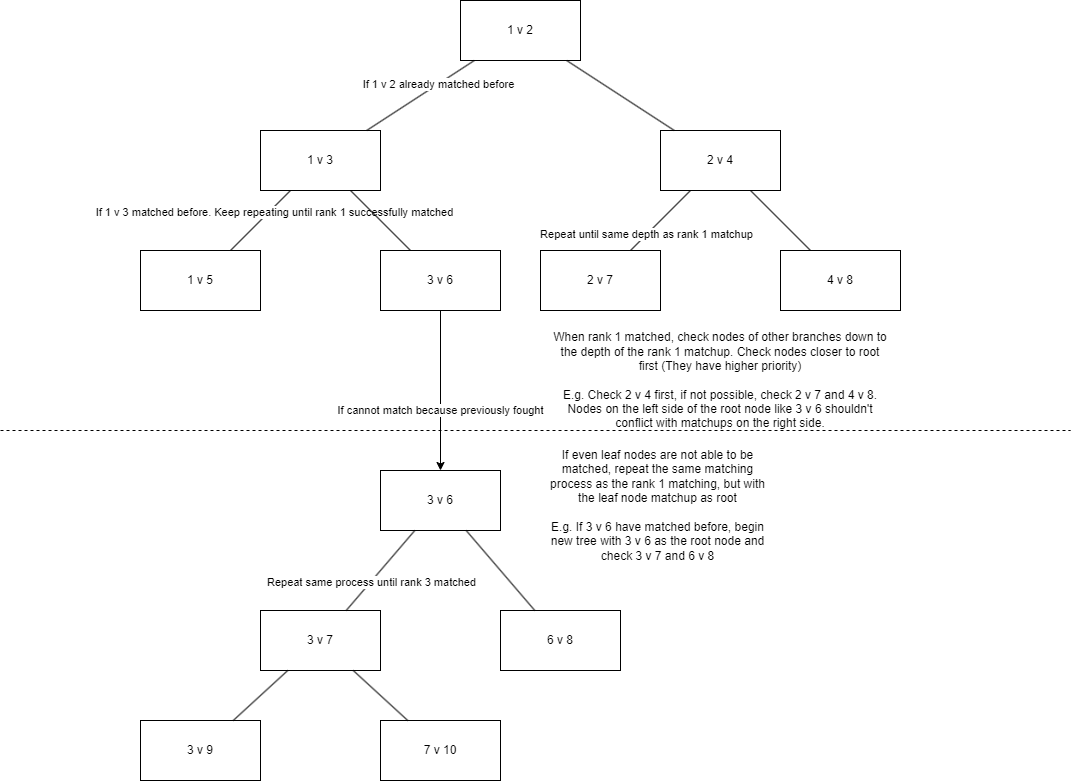
Earlier version of the draw.io export GC Matchmaking.png (Anomalous-Sentiment/SINoALICE-DB-Updater). Source tidied: cells renumbered, new cells last; positions are measured from the earlier drawing's top-left corner, leaving out a move shared by most shapes. Source of this version:
```xml
<mxGraphModel>
  <root>
    <mxCell id="0" />
    <mxCell id="1" parent="0" />
    <mxCell id="2" value="1 v 2" style="rounded=0;whiteSpace=wrap;html=1;" parent="1" vertex="1">
      <mxGeometry x="460" width="120" height="60" as="geometry" />
    </mxCell>
    <mxCell id="3" value="1 v 3" style="rounded=0;whiteSpace=wrap;html=1;" parent="1" vertex="1">
      <mxGeometry x="260" y="130" width="120" height="60" as="geometry" />
    </mxCell>
    <mxCell id="4" value="2 v 4" style="rounded=0;whiteSpace=wrap;html=1;" parent="1" vertex="1">
      <mxGeometry x="660" y="130" width="120" height="60" as="geometry" />
    </mxCell>
    <mxCell id="5" value="1 v 5" style="rounded=0;whiteSpace=wrap;html=1;" parent="1" vertex="1">
      <mxGeometry x="140" y="250" width="120" height="60" as="geometry" />
    </mxCell>
    <mxCell id="6" value="3 v 6" style="rounded=0;whiteSpace=wrap;html=1;" parent="1" vertex="1">
      <mxGeometry x="380" y="250" width="120" height="60" as="geometry" />
    </mxCell>
    <mxCell id="7" value="2 v 7" style="rounded=0;whiteSpace=wrap;html=1;" parent="1" vertex="1">
      <mxGeometry x="540" y="250" width="120" height="60" as="geometry" />
    </mxCell>
    <mxCell id="8" value="4 v 8" style="rounded=0;whiteSpace=wrap;html=1;" parent="1" vertex="1">
      <mxGeometry x="780" y="250" width="120" height="60" as="geometry" />
    </mxCell>
    <mxCell id="9" style="endArrow=none;html=1;rounded=0;" parent="1" edge="1" source="3" target="2">
      <mxGeometry relative="1" as="geometry" />
    </mxCell>
    <mxCell id="10" value="If 1 v 2 already matched before" style="edgeLabel;html=1;align=center;verticalAlign=middle;" parent="9" vertex="1">
      <mxGeometry x="0.33" y="-1" relative="1" as="geometry">
        <mxPoint y="-1" as="offset" />
      </mxGeometry>
    </mxCell>
    <mxCell id="11" style="endArrow=none;html=1;rounded=0;" parent="1" edge="1" source="2" target="4">
      <mxGeometry relative="1" as="geometry" />
    </mxCell>
    <mxCell id="12" style="endArrow=none;html=1;rounded=0;" parent="1" edge="1" source="5" target="3">
      <mxGeometry relative="1" as="geometry" />
    </mxCell>
    <mxCell id="13" value="If 1 v 3 matched before. Keep repeating until rank 1 successfully matched" style="edgeLabel;html=1;align=center;verticalAlign=middle;" parent="12" vertex="1">
      <mxGeometry x="0.38" y="-4" relative="1" as="geometry">
        <mxPoint x="-1" as="offset" />
      </mxGeometry>
    </mxCell>
    <mxCell id="14" style="endArrow=none;html=1;rounded=0;" parent="1" edge="1" source="6" target="3">
      <mxGeometry relative="1" as="geometry" />
    </mxCell>
    <mxCell id="15" style="endArrow=none;html=1;rounded=0;" parent="1" edge="1" source="7" target="4">
      <mxGeometry relative="1" as="geometry" />
    </mxCell>
    <mxCell id="16" value="Repeat until same depth as rank 1 matchup" style="edgeLabel;html=1;align=center;verticalAlign=middle;" parent="15" vertex="1">
      <mxGeometry x="-0.45" y="1" relative="1" as="geometry" />
    </mxCell>
    <mxCell id="17" style="endArrow=none;html=1;rounded=0;" parent="1" edge="1" source="8" target="4">
      <mxGeometry relative="1" as="geometry" />
    </mxCell>
    <mxCell id="18" value="3 v 6" style="rounded=0;whiteSpace=wrap;html=1;" parent="1" vertex="1">
      <mxGeometry x="380" y="470" width="120" height="60" as="geometry" />
    </mxCell>
    <mxCell id="19" value="3 v 7" style="rounded=0;whiteSpace=wrap;html=1;" parent="1" vertex="1">
      <mxGeometry x="260" y="610" width="120" height="60" as="geometry" />
    </mxCell>
    <mxCell id="20" value="6 v 8" style="rounded=0;whiteSpace=wrap;html=1;" parent="1" vertex="1">
      <mxGeometry x="500" y="610" width="120" height="60" as="geometry" />
    </mxCell>
    <mxCell id="21" style="endArrow=none;html=1;rounded=0;" parent="1" edge="1" source="18" target="19">
      <mxGeometry relative="1" as="geometry" />
    </mxCell>
    <mxCell id="22" value="Repeat same process until rank 3 matched" style="edgeLabel;html=1;align=center;verticalAlign=middle;" parent="21" vertex="1">
      <mxGeometry x="0.3" relative="1" as="geometry" />
    </mxCell>
    <mxCell id="23" style="endArrow=none;html=1;rounded=0;" parent="1" edge="1" source="18" target="20">
      <mxGeometry relative="1" as="geometry" />
    </mxCell>
    <mxCell id="24" style="endArrow=classic;html=1;rounded=0;" parent="1" edge="1" source="6" target="18">
      <mxGeometry relative="1" as="geometry" />
    </mxCell>
    <mxCell id="25" value="If cannot match because previously fought" style="edgeLabel;html=1;align=center;verticalAlign=middle;" parent="24" vertex="1">
      <mxGeometry x="0.24" y="-1" relative="1" as="geometry" />
    </mxCell>
    <mxCell id="26" value="If even leaf nodes are not able to be matched, repeat the same matching process as the rank 1 matching, but with the leaf node matchup as root&lt;br&gt;&lt;br&gt;E.g. If 3 v 6 have matched before, begin new tree with 3 v 6 as the root node and check 3 v 7 and 6 v 8" style="text;html=1;strokeColor=none;fillColor=none;align=center;verticalAlign=middle;whiteSpace=wrap;rounded=0;" parent="1" vertex="1">
      <mxGeometry x="540" y="460" width="235" height="90" as="geometry" />
    </mxCell>
    <mxCell id="27" value="3 v 9" style="rounded=0;whiteSpace=wrap;html=1;" parent="1" vertex="1">
      <mxGeometry x="140" y="720" width="120" height="60" as="geometry" />
    </mxCell>
    <mxCell id="28" value="7 v 10" style="rounded=0;whiteSpace=wrap;html=1;" parent="1" vertex="1">
      <mxGeometry x="380" y="720" width="120" height="60" as="geometry" />
    </mxCell>
    <mxCell id="29" style="endArrow=none;html=1;rounded=0;" parent="1" edge="1" source="27" target="19">
      <mxGeometry relative="1" as="geometry" />
    </mxCell>
    <mxCell id="30" style="endArrow=none;html=1;rounded=0;" parent="1" edge="1" source="19" target="28">
      <mxGeometry relative="1" as="geometry" />
    </mxCell>
    <mxCell id="31" value="When rank 1 matched, check nodes of other branches down to the depth of the rank 1 matchup. Check nodes closer to root first (They have higher priority)&lt;br style=&quot;border-color: var(--border-color);&quot;&gt;&lt;br style=&quot;border-color: var(--border-color);&quot;&gt;E.g. Check 2 v 4 first, if not possible, check 2 v 7 and 4 v 8.&lt;br&gt;Nodes on the left side of the root node like 3 v 6 shouldn't conflict with matchups on the right side." style="text;html=1;strokeColor=none;fillColor=none;align=center;verticalAlign=middle;whiteSpace=wrap;rounded=0;" parent="1" vertex="1">
      <mxGeometry x="550" y="320" width="340" height="120" as="geometry" />
    </mxCell>
    <mxCell id="32" style="endArrow=none;dashed=1;html=1;rounded=0;" parent="1" edge="1">
      <mxGeometry relative="1" as="geometry">
        <mxPoint y="430" as="sourcePoint" />
        <mxPoint x="1070" y="430" as="targetPoint" />
      </mxGeometry>
    </mxCell>
  </root>
</mxGraphModel>
```
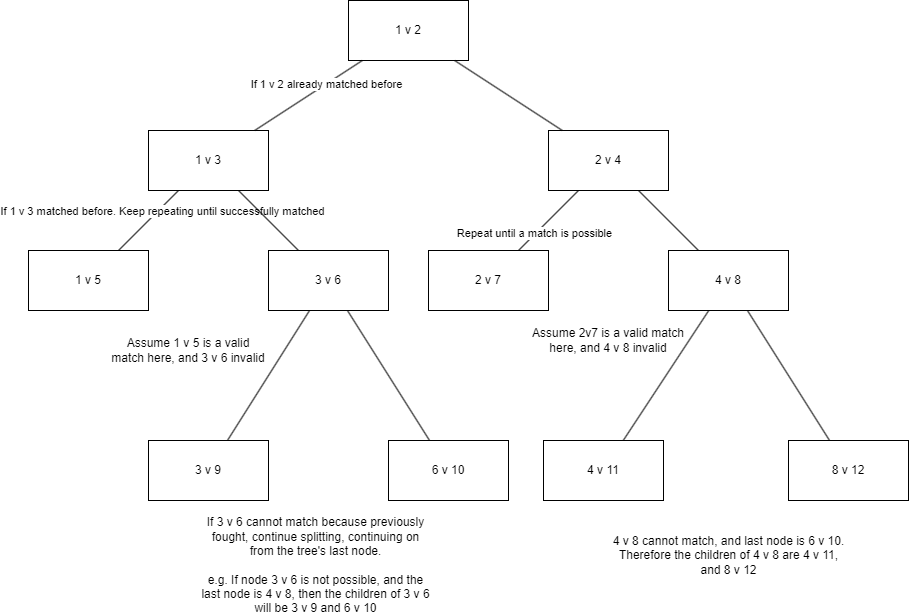
Later version of the same file.

Commit message:
Updated GC matchmaking diagrams

The edit, as a diff of the source:
```diff
@@ -37,7 +37,7 @@
     <mxCell id="12" style="endArrow=none;html=1;rounded=0;" parent="1" edge="1" source="5" target="3">
       <mxGeometry relative="1" as="geometry" />
     </mxCell>
-    <mxCell id="13" value="If 1 v 3 matched before. Keep repeating until rank 1 successfully matched" style="edgeLabel;html=1;align=center;verticalAlign=middle;" parent="12" vertex="1">
+    <mxCell id="13" value="If 1 v 3 matched before. Keep repeating until successfully matched" style="edgeLabel;html=1;align=center;verticalAlign=middle;" parent="12" vertex="1">
       <mxGeometry x="0.38" y="-4" relative="1" as="geometry">
         <mxPoint x="-1" as="offset" />
       </mxGeometry>
@@ -48,59 +48,47 @@
     <mxCell id="15" style="endArrow=none;html=1;rounded=0;" parent="1" edge="1" source="7" target="4">
       <mxGeometry relative="1" as="geometry" />
     </mxCell>
-    <mxCell id="16" value="Repeat until same depth as rank 1 matchup" style="edgeLabel;html=1;align=center;verticalAlign=middle;" parent="15" vertex="1">
+    <mxCell id="16" value="Repeat until a match is possible" style="edgeLabel;html=1;align=center;verticalAlign=middle;" parent="15" vertex="1">
       <mxGeometry x="-0.45" y="1" relative="1" as="geometry" />
     </mxCell>
     <mxCell id="17" style="endArrow=none;html=1;rounded=0;" parent="1" edge="1" source="8" target="4">
       <mxGeometry relative="1" as="geometry" />
     </mxCell>
-    <mxCell id="18" value="3 v 6" style="rounded=0;whiteSpace=wrap;html=1;" parent="1" vertex="1">
-      <mxGeometry x="380" y="470" width="120" height="60" as="geometry" />
+    <mxCell id="18" value="3 v 9" style="rounded=0;whiteSpace=wrap;html=1;" parent="1" vertex="1">
+      <mxGeometry x="260" y="440" width="120" height="60" as="geometry" />
     </mxCell>
-    <mxCell id="19" value="3 v 7" style="rounded=0;whiteSpace=wrap;html=1;" parent="1" vertex="1">
-      <mxGeometry x="260" y="610" width="120" height="60" as="geometry" />
+    <mxCell id="19" value="4 v 11" style="rounded=0;whiteSpace=wrap;html=1;" parent="1" vertex="1">
+      <mxGeometry x="655" y="440" width="120" height="60" as="geometry" />
     </mxCell>
-    <mxCell id="20" value="6 v 8" style="rounded=0;whiteSpace=wrap;html=1;" parent="1" vertex="1">
-      <mxGeometry x="500" y="610" width="120" height="60" as="geometry" />
+    <mxCell id="20" value="6 v 10" style="rounded=0;whiteSpace=wrap;html=1;" parent="1" vertex="1">
+      <mxGeometry x="500" y="440" width="120" height="60" as="geometry" />
     </mxCell>
-    <mxCell id="21" style="endArrow=none;html=1;rounded=0;" parent="1" edge="1" source="18" target="19">
-      <mxGeometry relative="1" as="geometry" />
-    </mxCell>
-    <mxCell id="22" value="Repeat same process until rank 3 matched" style="edgeLabel;html=1;align=center;verticalAlign=middle;" parent="21" vertex="1">
-      <mxGeometry x="0.3" relative="1" as="geometry" />
-    </mxCell>
-    <mxCell id="23" style="endArrow=none;html=1;rounded=0;" parent="1" edge="1" source="18" target="20">
+    <mxCell id="23" style="endArrow=none;html=1;rounded=0;" parent="1" edge="1" source="6" target="20">
       <mxGeometry relative="1" as="geometry" />
     </mxCell>
-    <mxCell id="24" style="endArrow=classic;html=1;rounded=0;" parent="1" edge="1" source="6" target="18">
-      <mxGeometry relative="1" as="geometry" />
-    </mxCell>
-    <mxCell id="25" value="If cannot match because previously fought" style="edgeLabel;html=1;align=center;verticalAlign=middle;" parent="24" vertex="1">
-      <mxGeometry x="0.24" y="-1" relative="1" as="geometry" />
-    </mxCell>
-    <mxCell id="26" value="If even leaf nodes are not able to be matched, repeat the same matching process as the rank 1 matching, but with the leaf node matchup as root&lt;br&gt;&lt;br&gt;E.g. If 3 v 6 have matched before, begin new tree with 3 v 6 as the root node and check 3 v 7 and 6 v 8" style="text;html=1;strokeColor=none;fillColor=none;align=center;verticalAlign=middle;whiteSpace=wrap;rounded=0;" parent="1" vertex="1">
-      <mxGeometry x="540" y="460" width="235" height="90" as="geometry" />
+    <mxCell id="26" value="If 3 v 6 cannot match because previously fought, continue splitting, continuing on from the tree's last node.&lt;br&gt;&lt;br&gt;e.g. If node 3 v 6 is not possible, and the last node is 4 v 8, then the children of 3 v 6 will be 3 v 9 and 6 v 10" style="text;html=1;strokeColor=none;fillColor=none;align=center;verticalAlign=middle;whiteSpace=wrap;rounded=0;" parent="1" vertex="1">
+      <mxGeometry x="310" y="520" width="235" height="90" as="geometry" />
     </mxCell>
-    <mxCell id="27" value="3 v 9" style="rounded=0;whiteSpace=wrap;html=1;" parent="1" vertex="1">
-      <mxGeometry x="140" y="720" width="120" height="60" as="geometry" />
-    </mxCell>
-    <mxCell id="28" value="7 v 10" style="rounded=0;whiteSpace=wrap;html=1;" parent="1" vertex="1">
-      <mxGeometry x="380" y="720" width="120" height="60" as="geometry" />
+    <mxCell id="28" value="8 v 12" style="rounded=0;whiteSpace=wrap;html=1;" parent="1" vertex="1">
+      <mxGeometry x="900" y="440" width="120" height="60" as="geometry" />
     </mxCell>
-    <mxCell id="29" style="endArrow=none;html=1;rounded=0;" parent="1" edge="1" source="27" target="19">
-      <mxGeometry relative="1" as="geometry" />
-    </mxCell>
-    <mxCell id="30" style="endArrow=none;html=1;rounded=0;" parent="1" edge="1" source="19" target="28">
+    <mxCell id="30" style="endArrow=none;html=1;rounded=0;" parent="1" edge="1" source="8" target="28">
       <mxGeometry relative="1" as="geometry" />
     </mxCell>
-    <mxCell id="31" value="When rank 1 matched, check nodes of other branches down to the depth of the rank 1 matchup. Check nodes closer to root first (They have higher priority)&lt;br style=&quot;border-color: var(--border-color);&quot;&gt;&lt;br style=&quot;border-color: var(--border-color);&quot;&gt;E.g. Check 2 v 4 first, if not possible, check 2 v 7 and 4 v 8.&lt;br&gt;Nodes on the left side of the root node like 3 v 6 shouldn't conflict with matchups on the right side." style="text;html=1;strokeColor=none;fillColor=none;align=center;verticalAlign=middle;whiteSpace=wrap;rounded=0;" parent="1" vertex="1">
-      <mxGeometry x="550" y="320" width="340" height="120" as="geometry" />
+    <mxCell id="31" value="4 v 8 cannot match, and last node is 6 v 10. Therefore the children of 4 v 8 are 4 v 11, and 8 v 12" style="text;html=1;strokeColor=none;fillColor=none;align=center;verticalAlign=middle;whiteSpace=wrap;rounded=0;" parent="1" vertex="1">
+      <mxGeometry x="722.5" y="500" width="235" height="110" as="geometry" />
     </mxCell>
-    <mxCell id="32" style="endArrow=none;dashed=1;html=1;rounded=0;" parent="1" edge="1">
-      <mxGeometry relative="1" as="geometry">
-        <mxPoint y="430" as="sourcePoint" />
-        <mxPoint x="1070" y="430" as="targetPoint" />
-      </mxGeometry>
-    </mxCell>
+    <mxCell id="33" value="Assume 2v7 is a valid match here, and 4 v 8 invalid" style="text;html=1;strokeColor=none;fillColor=none;align=center;verticalAlign=middle;whiteSpace=wrap;rounded=0;" parent="1" vertex="1">
+      <mxGeometry x="640" y="300" width="160" height="80" as="geometry" />
+    </mxCell>
+    <mxCell id="34" style="endArrow=none;html=1;rounded=0;" parent="1" edge="1" source="8" target="19">
+      <mxGeometry relative="1" as="geometry" />
+    </mxCell>
+    <mxCell id="24" style="endArrow=none;html=1;rounded=0;" parent="1" edge="1" source="6" target="18">
+      <mxGeometry relative="1" as="geometry" />
+    </mxCell>
+    <mxCell id="35" value="Assume 1 v 5 is a valid match here, and 3 v 6 invalid" style="text;html=1;strokeColor=none;fillColor=none;align=center;verticalAlign=middle;whiteSpace=wrap;rounded=0;" parent="1" vertex="1">
+      <mxGeometry x="220" y="310" width="160" height="80" as="geometry" />
+    </mxCell>
   </root>
 </mxGraphModel>
```
